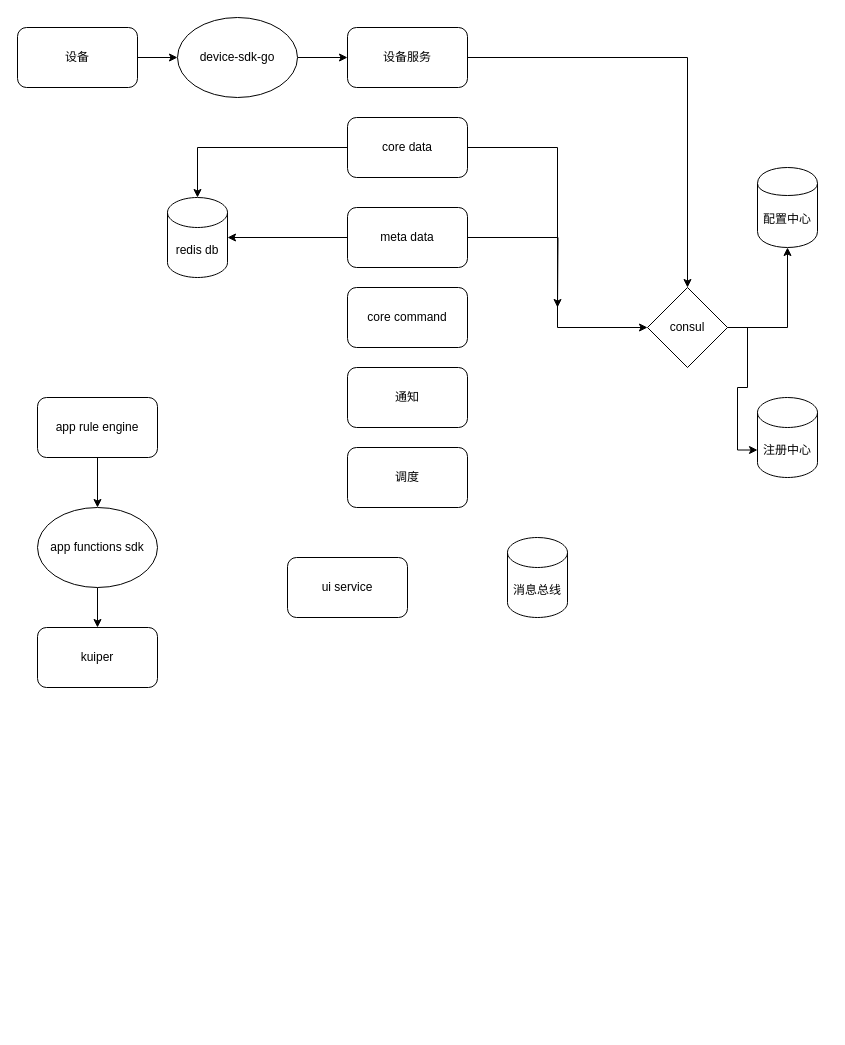
This is docs/Untitled Diagram.drawio from ccb1900/pages, a draw.io file, before an edit. Source tidied: cells renumbered, new cells numbered last; positions are measured from the earlier drawing's top-left corner, leaving out a move shared by most shapes. Both pictures are drawn from the tidied source at 100%, with x=0, y=0 at pixel (17, 17).
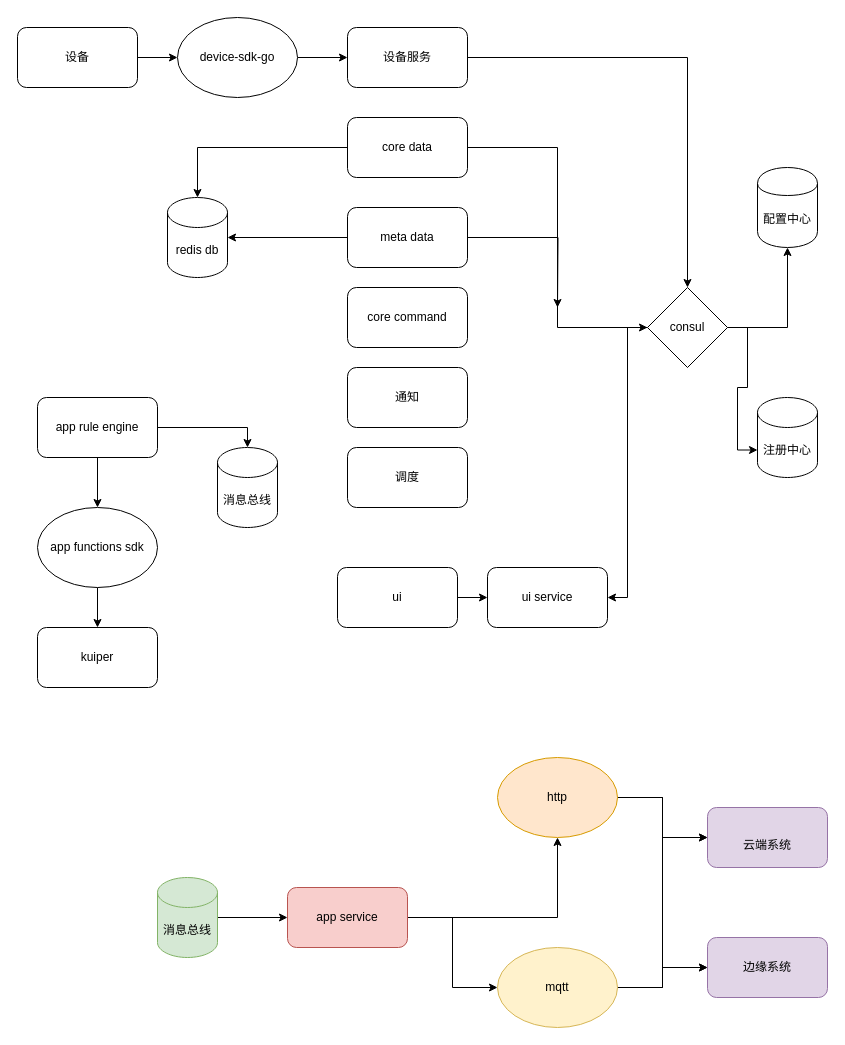
After the change.

Unchanged cells that the change refers to:
```xml
<mxCell id="17" value="app rule engine" style="rounded=1;whiteSpace=wrap;html=1;" parent="1" vertex="1">
  <mxGeometry x="20" y="380" width="120" height="60" as="geometry" />
</mxCell>
<mxCell id="26" value="consul" style="rhombus;whiteSpace=wrap;html=1;" parent="1" vertex="1">
  <mxGeometry x="630" y="270" width="80" height="80" as="geometry" />
</mxCell>
```

The edit, as a diff of the source:
```diff
@@
     <mxCell id="15" value="ui service" style="rounded=1;whiteSpace=wrap;html=1;" parent="1" vertex="1">
-      <mxGeometry x="270" y="540" width="120" height="60" as="geometry" />
+      <mxGeometry x="470" y="550" width="120" height="60" as="geometry" />
     </mxCell>
@@
+    <mxCell id="30" style="edgeStyle=orthogonalEdgeStyle;rounded=0;jettySize=auto;html=1;entryX=0.5;entryY=0;entryDx=0;entryDy=0;entryPerimeter=0;" parent="1" edge="1" source="17" target="20">
+      <mxGeometry relative="1" as="geometry" />
+    </mxCell>
@@
     <mxCell id="20" value="消息总线" style="shape=cylinder3;whiteSpace=wrap;html=1;boundedLbl=1;backgroundOutline=1;size=15;" parent="1" vertex="1">
-      <mxGeometry x="490" y="520" width="60" height="80" as="geometry" />
+      <mxGeometry x="200" y="430" width="60" height="80" as="geometry" />
     </mxCell>
@@
+    <mxCell id="31" style="edgeStyle=orthogonalEdgeStyle;rounded=0;jettySize=auto;html=1;entryX=1;entryY=0.5;entryDx=0;entryDy=0;" parent="1" edge="1" source="26" target="15">
+      <mxGeometry relative="1" as="geometry" />
+    </mxCell>
@@
+    <mxCell id="32" style="edgeStyle=orthogonalEdgeStyle;rounded=0;jettySize=auto;html=1;" parent="1" edge="1" source="33" target="15">
+      <mxGeometry relative="1" as="geometry" />
+    </mxCell>
+    <mxCell id="33" value="ui" style="rounded=1;whiteSpace=wrap;html=1;" parent="1" vertex="1">
+      <mxGeometry x="320" y="550" width="120" height="60" as="geometry" />
+    </mxCell>
+    <mxCell id="34" style="edgeStyle=orthogonalEdgeStyle;rounded=0;jettySize=auto;html=1;" parent="1" edge="1" source="35" target="38">
+      <mxGeometry relative="1" as="geometry" />
+    </mxCell>
+    <mxCell id="35" value="消息总线" style="shape=cylinder3;whiteSpace=wrap;html=1;boundedLbl=1;backgroundOutline=1;size=15;fillColor=#d5e8d4;strokeColor=#82b366;" parent="1" vertex="1">
+      <mxGeometry x="140" y="860" width="60" height="80" as="geometry" />
+    </mxCell>
+    <mxCell id="36" style="edgeStyle=orthogonalEdgeStyle;rounded=0;jettySize=auto;html=1;" parent="1" edge="1" source="38" target="44">
+      <mxGeometry relative="1" as="geometry" />
+    </mxCell>
+    <mxCell id="37" style="edgeStyle=orthogonalEdgeStyle;rounded=0;jettySize=auto;html=1;entryX=0.5;entryY=1;entryDx=0;entryDy=0;" parent="1" edge="1" source="38" target="41">
+      <mxGeometry relative="1" as="geometry" />
+    </mxCell>
+    <mxCell id="38" value="app service" style="rounded=1;whiteSpace=wrap;html=1;fillColor=#f8cecc;strokeColor=#b85450;" parent="1" vertex="1">
+      <mxGeometry x="270" y="870" width="120" height="60" as="geometry" />
+    </mxCell>
+    <mxCell id="39" style="edgeStyle=orthogonalEdgeStyle;rounded=0;jettySize=auto;html=1;" parent="1" edge="1" source="41" target="45">
+      <mxGeometry relative="1" as="geometry" />
+    </mxCell>
+    <mxCell id="40" style="edgeStyle=orthogonalEdgeStyle;rounded=0;jettySize=auto;html=1;entryX=0;entryY=0.5;entryDx=0;entryDy=0;" parent="1" edge="1" source="41" target="46">
+      <mxGeometry relative="1" as="geometry" />
+    </mxCell>
+    <mxCell id="41" value="http" style="ellipse;whiteSpace=wrap;html=1;fillColor=#ffe6cc;strokeColor=#d79b00;" parent="1" vertex="1">
+      <mxGeometry x="480" y="740" width="120" height="80" as="geometry" />
+    </mxCell>
+    <mxCell id="42" style="edgeStyle=orthogonalEdgeStyle;rounded=0;jettySize=auto;html=1;" parent="1" edge="1" source="44" target="46">
+      <mxGeometry relative="1" as="geometry" />
+    </mxCell>
+    <mxCell id="43" style="edgeStyle=orthogonalEdgeStyle;rounded=0;jettySize=auto;html=1;entryX=0;entryY=0.5;entryDx=0;entryDy=0;" parent="1" edge="1" source="44" target="45">
+      <mxGeometry relative="1" as="geometry" />
+    </mxCell>
+    <mxCell id="44" value="mqtt" style="ellipse;whiteSpace=wrap;html=1;fillColor=#fff2cc;strokeColor=#d6b656;" parent="1" vertex="1">
+      <mxGeometry x="480" y="930" width="120" height="80" as="geometry" />
+    </mxCell>
+    <mxCell id="45" value="&lt;br&gt;云端系统" style="rounded=1;whiteSpace=wrap;html=1;fillColor=#e1d5e7;strokeColor=#9673a6;" parent="1" vertex="1">
+      <mxGeometry x="690" y="790" width="120" height="60" as="geometry" />
+    </mxCell>
+    <mxCell id="46" value="边缘系统" style="rounded=1;whiteSpace=wrap;html=1;fillColor=#e1d5e7;strokeColor=#9673a6;" parent="1" vertex="1">
+      <mxGeometry x="690" y="920" width="120" height="60" as="geometry" />
+    </mxCell>
```
